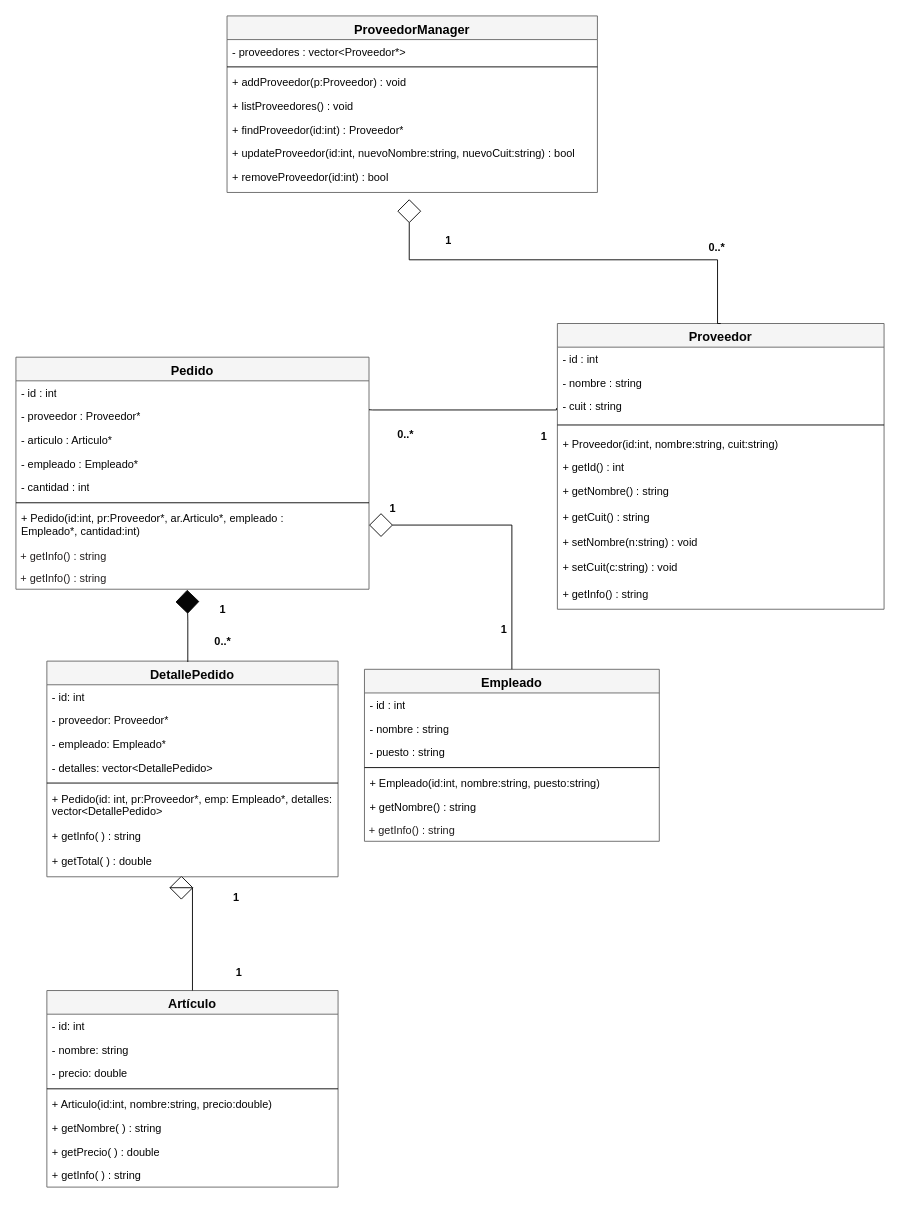
Above: uml/diagrama.drawio in JasmineSaavedra28/final (draw.io), before the change. Source tidied: cells renumbered, new cells numbered last; positions are measured from the earlier drawing's top-left corner, leaving out a move shared by most shapes. Both pictures are drawn from the tidied source at 91%, with x=0, y=0 at pixel (15, 15).
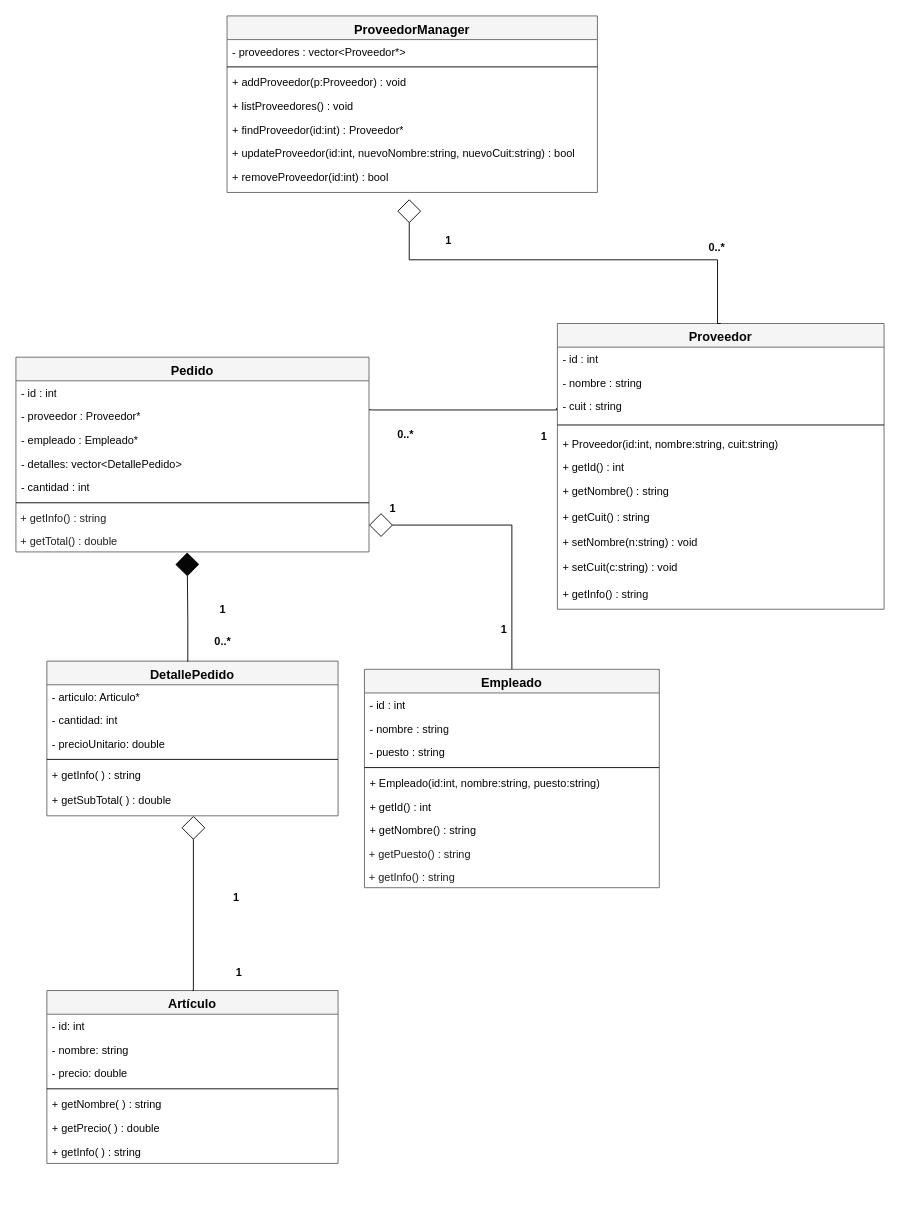
The same page after the edit.

Change to the diagram source:
```diff
@@
     <mxCell id="2" value="&lt;span style=&quot;font-size: 14px;&quot;&gt;&lt;font&gt;Artículo&lt;/font&gt;&lt;/span&gt;" style="swimlane;fontStyle=1;align=center;verticalAlign=top;horizontal=1;startSize=26;whiteSpace=wrap;html=1;fontColor=#050505;strokeColor=#666666;fillColor=#f5f5f5;" parent="1" vertex="1">
-      <mxGeometry x="34" y="1071" width="320" height="216" as="geometry" />
+      <mxGeometry x="34" y="1071" width="320" height="190" as="geometry" />
     </mxCell>
@@
-    <mxCell id="7" value="+ Articulo(id:int, nombre:string, precio:double)" style="text;strokeColor=none;fillColor=none;align=left;verticalAlign=top;spacingLeft=4;spacingRight=4;overflow=hidden;whiteSpace=wrap;html=1;fontColor=#050505;" parent="2" vertex="1">
-      <mxGeometry y="112" width="320" height="26" as="geometry" />
-    </mxCell>
     <mxCell id="8" value="+ getNombre( ) : string" style="text;strokeColor=none;fillColor=none;align=left;verticalAlign=top;spacingLeft=4;spacingRight=4;overflow=hidden;whiteSpace=wrap;html=1;fontColor=#050505;" parent="2" vertex="1">
-      <mxGeometry y="138" width="320" height="26" as="geometry" />
+      <mxGeometry y="112" width="320" height="26" as="geometry" />
     </mxCell>
     <mxCell id="9" value="+ getPrecio( ) : double" style="text;strokeColor=none;fillColor=none;align=left;verticalAlign=top;spacingLeft=4;spacingRight=4;overflow=hidden;whiteSpace=wrap;html=1;fontColor=#050505;" parent="2" vertex="1">
-      <mxGeometry y="164" width="320" height="26" as="geometry" />
+      <mxGeometry y="138" width="320" height="26" as="geometry" />
     </mxCell>
     <mxCell id="10" value="+ getInfo( ) : string" style="text;strokeColor=none;fillColor=none;align=left;verticalAlign=top;spacingLeft=4;spacingRight=4;overflow=hidden;whiteSpace=wrap;html=1;fontColor=#050505;" parent="2" vertex="1">
-      <mxGeometry y="190" width="320" height="26" as="geometry" />
+      <mxGeometry y="164" width="320" height="26" as="geometry" />
     </mxCell>
@@
     <mxCell id="20" value="&lt;span style=&quot;font-size: 14px;&quot;&gt;Pedido&lt;/span&gt;" style="swimlane;fontStyle=1;align=center;verticalAlign=top;horizontal=1;startSize=26;whiteSpace=wrap;html=1;strokeColor=#666666;fontColor=#000000;fillColor=#f5f5f5;" parent="1" vertex="1">
-      <mxGeometry y="375" width="388" height="255" as="geometry" />
+      <mxGeometry y="375" width="388" height="214" as="geometry" />
     </mxCell>
@@
-    <mxCell id="23" value="- articulo : Articulo*" style="text;strokeColor=none;fillColor=none;align=left;verticalAlign=top;spacingLeft=4;spacingRight=4;overflow=hidden;whiteSpace=wrap;html=1;fontColor=#050505;" parent="20" vertex="1">
-      <mxGeometry y="78" width="388" height="26" as="geometry" />
-    </mxCell>
     <mxCell id="24" value="- empleado : Empleado*" style="text;strokeColor=none;fillColor=none;align=left;verticalAlign=top;spacingLeft=4;spacingRight=4;overflow=hidden;whiteSpace=wrap;html=1;fontColor=#050505;" parent="20" vertex="1">
-      <mxGeometry y="104" width="388" height="26" as="geometry" />
+      <mxGeometry y="78" width="388" height="26" as="geometry" />
     </mxCell>
+    <mxCell id="73" value="- detalles: vector&amp;lt;DetallePedido&amp;gt;" style="text;strokeColor=none;fillColor=none;align=left;verticalAlign=top;spacingLeft=4;spacingRight=4;overflow=hidden;whiteSpace=wrap;html=1;fontColor=#050505;" parent="20" vertex="1">
+      <mxGeometry y="104" width="388" height="26" as="geometry" />
+    </mxCell>
@@
-    <mxCell id="27" value="+ Pedido(id:int, pr:Proveedor*, ar.Articulo*,&amp;nbsp;&lt;span style=&quot;color: rgb(5, 5, 5);&quot;&gt;empleado : Empleado*,&lt;/span&gt;&amp;nbsp;cantidad:int)" style="text;strokeColor=none;fillColor=none;align=left;verticalAlign=top;spacingLeft=4;spacingRight=4;overflow=hidden;points=[[0,0.5],[1,0.5]];portConstraint=eastwest;whiteSpace=wrap;html=1;fontColor=#050505;" parent="20" vertex="1">
-      <mxGeometry y="164" width="388" height="41" as="geometry" />
-    </mxCell>
     <mxCell id="28" value="&lt;span style=&quot;font-family: Helvetica; font-size: 12px; font-style: normal; font-variant-ligatures: normal; font-variant-caps: normal; font-weight: 400; letter-spacing: normal; orphans: 2; text-align: left; text-indent: 0px; text-transform: none; widows: 2; word-spacing: 0px; -webkit-text-stroke-width: 0px; text-decoration-thickness: initial; text-decoration-style: initial; text-decoration-color: initial; float: none; display: inline !important;&quot;&gt;&amp;nbsp;+ getInfo() : string&lt;/span&gt;" style="text;whiteSpace=wrap;html=1;fontSize=11;fontFamily=Helvetica;fontColor=#231f1f;strokeColor=none;labelBackgroundColor=#FFFFFF;" parent="20" vertex="1">
-      <mxGeometry y="205" width="388" height="25" as="geometry" />
+      <mxGeometry y="164" width="388" height="25" as="geometry" />
     </mxCell>
-    <mxCell id="29" value="&lt;span style=&quot;font-family: Helvetica; font-size: 12px; font-style: normal; font-variant-ligatures: normal; font-variant-caps: normal; font-weight: 400; letter-spacing: normal; orphans: 2; text-align: left; text-indent: 0px; text-transform: none; widows: 2; word-spacing: 0px; -webkit-text-stroke-width: 0px; text-decoration-thickness: initial; text-decoration-style: initial; text-decoration-color: initial; float: none; display: inline !important;&quot;&gt;&amp;nbsp;+ getInfo() : string&lt;/span&gt;" style="text;whiteSpace=wrap;html=1;fontSize=11;fontFamily=Helvetica;fontColor=#231f1f;strokeColor=none;labelBackgroundColor=#FFFFFF;" parent="20" vertex="1">
-      <mxGeometry y="230" width="388" height="25" as="geometry" />
+    <mxCell id="29" value="&lt;span style=&quot;font-family: Helvetica; font-size: 12px; font-style: normal; font-variant-ligatures: normal; font-variant-caps: normal; font-weight: 400; letter-spacing: normal; orphans: 2; text-align: left; text-indent: 0px; text-transform: none; widows: 2; word-spacing: 0px; -webkit-text-stroke-width: 0px; text-decoration-thickness: initial; text-decoration-style: initial; text-decoration-color: initial; float: none; display: inline !important;&quot;&gt;&amp;nbsp;+ getTotal() : double&lt;/span&gt;" style="text;whiteSpace=wrap;html=1;fontSize=11;fontFamily=Helvetica;fontColor=#231f1f;strokeColor=none;labelBackgroundColor=#FFFFFF;" parent="20" vertex="1">
+      <mxGeometry y="189" width="388" height="25" as="geometry" />
     </mxCell>
@@
     <mxCell id="48" value="&lt;span style=&quot;font-size: 14px;&quot;&gt;Empleado&lt;/span&gt;" style="swimlane;fontStyle=1;align=center;verticalAlign=top;horizontal=1;startSize=26;whiteSpace=wrap;html=1;strokeColor=#666666;fontColor=#000000;fillColor=#f5f5f5;" parent="1" vertex="1">
-      <mxGeometry x="383" y="718" width="324" height="189" as="geometry" />
+      <mxGeometry x="383" y="718" width="324" height="240" as="geometry" />
     </mxCell>
@@
+    <mxCell id="74" value="+ getId() : int" style="text;strokeColor=none;fillColor=none;align=left;verticalAlign=top;spacingLeft=4;spacingRight=4;overflow=hidden;whiteSpace=wrap;html=1;fontColor=#050505;" parent="48" vertex="1">
+      <mxGeometry y="138" width="324" height="26" as="geometry" />
+    </mxCell>
     <mxCell id="54" value="+ getNombre() : string" style="text;strokeColor=none;fillColor=none;align=left;verticalAlign=top;spacingLeft=4;spacingRight=4;overflow=hidden;whiteSpace=wrap;html=1;fontColor=#050505;" parent="48" vertex="1">
-      <mxGeometry y="138" width="324" height="26" as="geometry" />
+      <mxGeometry y="164" width="324" height="26" as="geometry" />
     </mxCell>
+    <mxCell id="75" value="&lt;span style=&quot;font-family: Helvetica; font-size: 12px; font-style: normal; font-variant-ligatures: normal; font-variant-caps: normal; font-weight: 400; letter-spacing: normal; orphans: 2; text-align: left; text-indent: 0px; text-transform: none; widows: 2; word-spacing: 0px; -webkit-text-stroke-width: 0px; text-decoration-thickness: initial; text-decoration-style: initial; text-decoration-color: initial; float: none; display: inline !important;&quot;&gt;&amp;nbsp;+ getPuesto() : string&lt;/span&gt;" style="text;whiteSpace=wrap;html=1;fontSize=11;fontFamily=Helvetica;fontColor=#231f1f;strokeColor=none;labelBackgroundColor=#FFFFFF;" parent="48" vertex="1">
+      <mxGeometry y="190" width="324" height="25" as="geometry" />
+    </mxCell>
     <mxCell id="55" value="&lt;span style=&quot;font-family: Helvetica; font-size: 12px; font-style: normal; font-variant-ligatures: normal; font-variant-caps: normal; font-weight: 400; letter-spacing: normal; orphans: 2; text-align: left; text-indent: 0px; text-transform: none; widows: 2; word-spacing: 0px; -webkit-text-stroke-width: 0px; text-decoration-thickness: initial; text-decoration-style: initial; text-decoration-color: initial; float: none; display: inline !important;&quot;&gt;&amp;nbsp;+ getInfo() : string&lt;/span&gt;" style="text;whiteSpace=wrap;html=1;fontSize=11;fontFamily=Helvetica;fontColor=#231f1f;strokeColor=none;labelBackgroundColor=#FFFFFF;" parent="48" vertex="1">
-      <mxGeometry y="164" width="324" height="25" as="geometry" />
+      <mxGeometry y="215" width="324" height="25" as="geometry" />
     </mxCell>
@@
-    <mxCell id="58" style="edgeStyle=orthogonalEdgeStyle;shape=connector;rounded=0;html=1;labelBackgroundColor=default;strokeColor=#050505;fontFamily=Helvetica;fontSize=11;fontColor=#050505;endArrow=diamond;endFill=0;endSize=24;startArrow=none;startFill=0;exitX=0.5;exitY=0;exitDx=0;exitDy=0;" parent="1" edge="1" source="2">
+    <mxCell id="58" style="edgeStyle=orthogonalEdgeStyle;shape=connector;rounded=0;html=1;labelBackgroundColor=default;strokeColor=#050505;fontFamily=Helvetica;fontSize=11;fontColor=#050505;endArrow=diamond;endFill=0;endSize=24;startArrow=none;startFill=0;exitX=0.5;exitY=0;exitDx=0;exitDy=0;" parent="1" edge="1" source="2" target="69">
       <mxGeometry relative="1" as="geometry">
-        <mxPoint x="195" y="958" as="targetPoint" />
         <Array as="points">
-          <mxPoint x="195" y="958" />
+          <mxPoint x="195" y="1071" />
         </Array>
       </mxGeometry>
     </mxCell>
@@
-    <mxCell id="60" style="edgeStyle=orthogonalEdgeStyle;shape=connector;rounded=0;html=1;labelBackgroundColor=default;strokeColor=#050505;fontFamily=Helvetica;fontSize=11;fontColor=#050505;endArrow=diamond;endFill=0;endSize=24;startArrow=none;startFill=0;exitX=0.5;exitY=0;exitDx=0;exitDy=0;entryX=1;entryY=0.5;entryDx=0;entryDy=0;" parent="1" edge="1" source="48" target="27">
+    <mxCell id="60" style="edgeStyle=orthogonalEdgeStyle;shape=connector;rounded=0;html=1;labelBackgroundColor=default;strokeColor=#050505;fontFamily=Helvetica;fontSize=11;fontColor=#050505;endArrow=diamond;endFill=0;endSize=24;startArrow=none;startFill=0;exitX=0.5;exitY=0;exitDx=0;exitDy=0;entryX=1;entryY=0.5;entryDx=0;entryDy=0;" parent="1" edge="1" source="48">
       <mxGeometry relative="1" as="geometry">
+        <mxPoint x="388" y="559.5" as="targetPoint" />
         <Array as="points">
           <mxPoint x="545" y="560" />
         </Array>
       </mxGeometry>
     </mxCell>
     <mxCell id="61" value="&lt;span style=&quot;font-size: 14px;&quot;&gt;&lt;font&gt;DetallePedido&lt;/font&gt;&lt;/span&gt;" style="swimlane;fontStyle=1;align=center;verticalAlign=top;horizontal=1;startSize=26;whiteSpace=wrap;html=1;fontColor=#050505;strokeColor=#666666;fillColor=#f5f5f5;" parent="1" vertex="1">
-      <mxGeometry x="34" y="709" width="320" height="237" as="geometry" />
+      <mxGeometry x="34" y="709" width="320" height="170" as="geometry" />
     </mxCell>
-    <mxCell id="62" value="- id: int" style="text;strokeColor=none;fillColor=none;align=left;verticalAlign=top;spacingLeft=4;spacingRight=4;overflow=hidden;whiteSpace=wrap;html=1;fontColor=#050505;" parent="61" vertex="1">
-      <mxGeometry y="26" width="320" height="26" as="geometry" />
-    </mxCell>
-    <mxCell id="63" value="- proveedor: Proveedor*" style="text;strokeColor=none;fillColor=none;align=left;verticalAlign=top;spacingLeft=4;spacingRight=4;overflow=hidden;whiteSpace=wrap;html=1;fontColor=#050505;" parent="61" vertex="1">
-      <mxGeometry y="52" width="320" height="26" as="geometry" />
+    <mxCell id="63" value="- articulo: Articulo*" style="text;strokeColor=none;fillColor=none;align=left;verticalAlign=top;spacingLeft=4;spacingRight=4;overflow=hidden;whiteSpace=wrap;html=1;fontColor=#050505;" parent="61" vertex="1">
+      <mxGeometry y="26" width="320" height="26" as="geometry" />
     </mxCell>
-    <mxCell id="64" value="- empleado: Empleado*" style="text;strokeColor=none;fillColor=none;align=left;verticalAlign=top;spacingLeft=4;spacingRight=4;overflow=hidden;whiteSpace=wrap;html=1;fontColor=#050505;" parent="61" vertex="1">
-      <mxGeometry y="78" width="320" height="26" as="geometry" />
+    <mxCell id="64" value="- cantidad: int" style="text;strokeColor=none;fillColor=none;align=left;verticalAlign=top;spacingLeft=4;spacingRight=4;overflow=hidden;whiteSpace=wrap;html=1;fontColor=#050505;" parent="61" vertex="1">
+      <mxGeometry y="52" width="320" height="26" as="geometry" />
     </mxCell>
-    <mxCell id="65" value="- detalles: vector&amp;lt;DetallePedido&amp;gt;" style="text;strokeColor=none;fillColor=none;align=left;verticalAlign=top;spacingLeft=4;spacingRight=4;overflow=hidden;whiteSpace=wrap;html=1;fontColor=#050505;" parent="61" vertex="1">
-      <mxGeometry y="104" width="320" height="26" as="geometry" />
+    <mxCell id="65" value="- precioUnitario: double" style="text;strokeColor=none;fillColor=none;align=left;verticalAlign=top;spacingLeft=4;spacingRight=4;overflow=hidden;whiteSpace=wrap;html=1;fontColor=#050505;" parent="61" vertex="1">
+      <mxGeometry y="78" width="320" height="26" as="geometry" />
     </mxCell>
     <mxCell id="66" style="line;strokeWidth=1;fillColor=none;align=left;verticalAlign=middle;spacingTop=-1;spacingLeft=3;spacingRight=3;labelPosition=right;strokeColor=#050505;fontColor=#050505;" parent="61" vertex="1">
-      <mxGeometry y="130" width="320" height="8" as="geometry" />
+      <mxGeometry y="104" width="320" height="8" as="geometry" />
     </mxCell>
-    <mxCell id="67" value="+ Pedido(id: int, pr:Proveedor*, emp: Empleado*, detalles: vector&amp;lt;DetallePedido&amp;gt;" style="text;strokeColor=none;fillColor=none;align=left;verticalAlign=top;spacingLeft=4;spacingRight=4;overflow=hidden;whiteSpace=wrap;html=1;fontColor=#050505;" parent="61" vertex="1">
-      <mxGeometry y="138" width="320" height="41" as="geometry" />
-    </mxCell>
     <mxCell id="68" value="+ getInfo( ) : string" style="text;strokeColor=none;fillColor=none;align=left;verticalAlign=top;spacingLeft=4;spacingRight=4;overflow=hidden;whiteSpace=wrap;html=1;fontColor=#050505;" parent="61" vertex="1">
-      <mxGeometry y="179" width="320" height="28" as="geometry" />
+      <mxGeometry y="112" width="320" height="28" as="geometry" />
     </mxCell>
-    <mxCell id="69" value="+ getTotal( ) : double" style="text;strokeColor=none;fillColor=none;align=left;verticalAlign=top;spacingLeft=4;spacingRight=4;overflow=hidden;points=[[0,0.5],[1,0.5]];portConstraint=eastwest;whiteSpace=wrap;html=1;fontColor=#050505;" parent="61" vertex="1">
-      <mxGeometry y="207" width="320" height="30" as="geometry" />
+    <mxCell id="69" value="+ getSubTotal( ) : double" style="text;strokeColor=none;fillColor=none;align=left;verticalAlign=top;spacingLeft=4;spacingRight=4;overflow=hidden;points=[[0,0.5],[1,0.5]];portConstraint=eastwest;whiteSpace=wrap;html=1;fontColor=#050505;" parent="61" vertex="1">
+      <mxGeometry y="140" width="320" height="30" as="geometry" />
     </mxCell>
```
